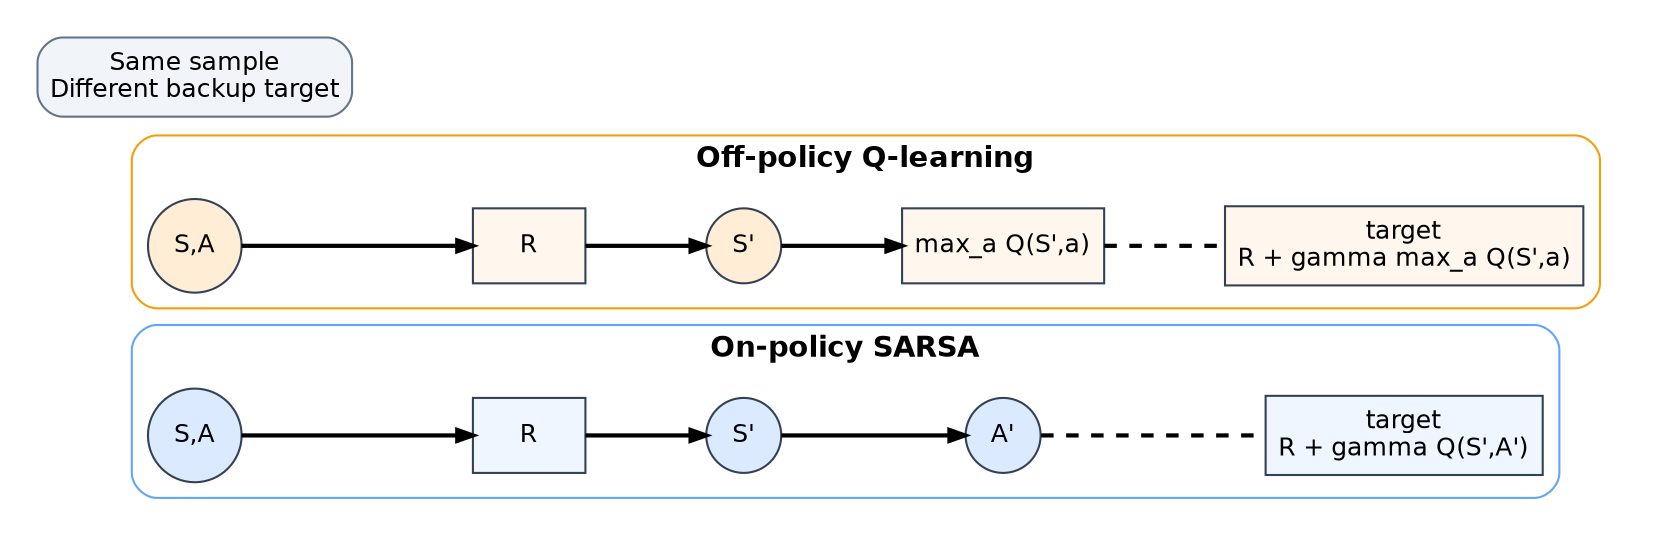
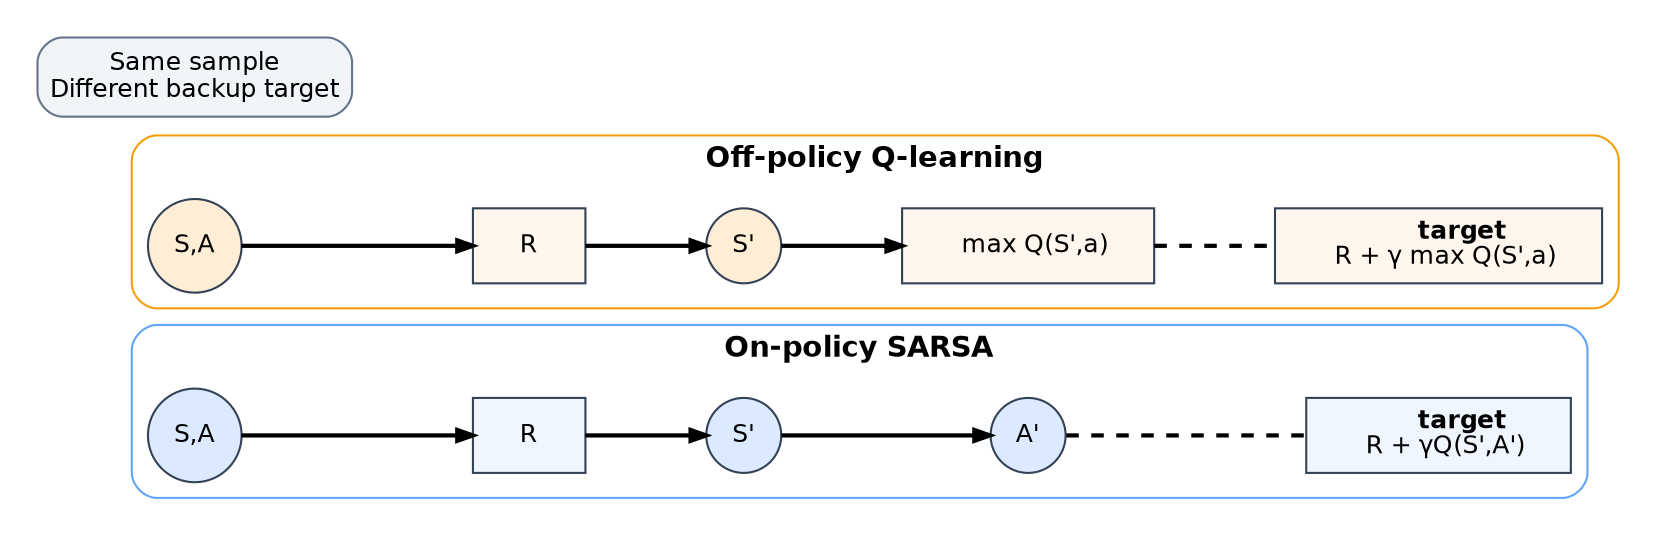
digraph SarsaVsQLearning {
  graph [
    rankdir=LR,
    bgcolor="transparent",
    pad="0.25",
    nodesep="0.55",
    ranksep="0.8"
  ];
  node [
    shape=circle,
    style="filled",
    fontname="Helvetica",
    fontsize=12,
    margin="0.08",
    color="#334155",
    fillcolor="#f8fafc"
  ];
  edge [
    fontname="Helvetica",
    fontsize=11,
    arrowsize=0.75,
    penwidth=2.0
  ];

  subgraph cluster_sarsa {
    label="On-policy SARSA";
    color="#60a5fa";
    fontname="Helvetica-Bold";
    fontsize=14;
    style="rounded";

    s1 [label="S,A", fillcolor="#dbeafe"];
    r1 [label="R", shape=box, fillcolor="#eff6ff"];
    sp1 [label="S'", fillcolor="#dbeafe"];
    ap1 [label="A'", fillcolor="#dbeafe"];
-     tgt1 [label="target\nR + gamma Q(S',A')", shape=box, fillcolor="#eff6ff"];
+     tgt1 [label=<
+       <B>target</B><BR/>
+       R + &gamma;Q(S',A')
+     >, shape=box, fillcolor="#eff6ff"];

    s1 -> r1 -> sp1 -> ap1;
    ap1 -> tgt1 [style=dashed, arrowhead=none];
  }

  subgraph cluster_q {
    label="Off-policy Q-learning";
    color="#f59e0b";
    fontname="Helvetica-Bold";
    fontsize=14;
    style="rounded";

    s2 [label="S,A", fillcolor="#ffedd5"];
    r2 [label="R", shape=box, fillcolor="#fff7ed"];
    sp2 [label="S'", fillcolor="#ffedd5"];
-     max2 [label="max_a Q(S',a)", shape=box, fillcolor="#fff7ed"];
-     tgt2 [label="target\nR + gamma max_a Q(S',a)", shape=box, fillcolor="#fff7ed"];
+     max2 [label=<
+       max Q(S',a)
+     >, shape=box, fillcolor="#fff7ed"];
+     tgt2 [label=<
+       <B>target</B><BR/>
+       R + &gamma; max Q(S',a)
+     >, shape=box, fillcolor="#fff7ed"];

    s2 -> r2 -> sp2 -> max2;
    max2 -> tgt2 [style=dashed, arrowhead=none];
  }

  note [label="Same sample\nDifferent backup target", shape=box, style="rounded,filled", fillcolor="#f1f5f9", color="#64748b"];
}
